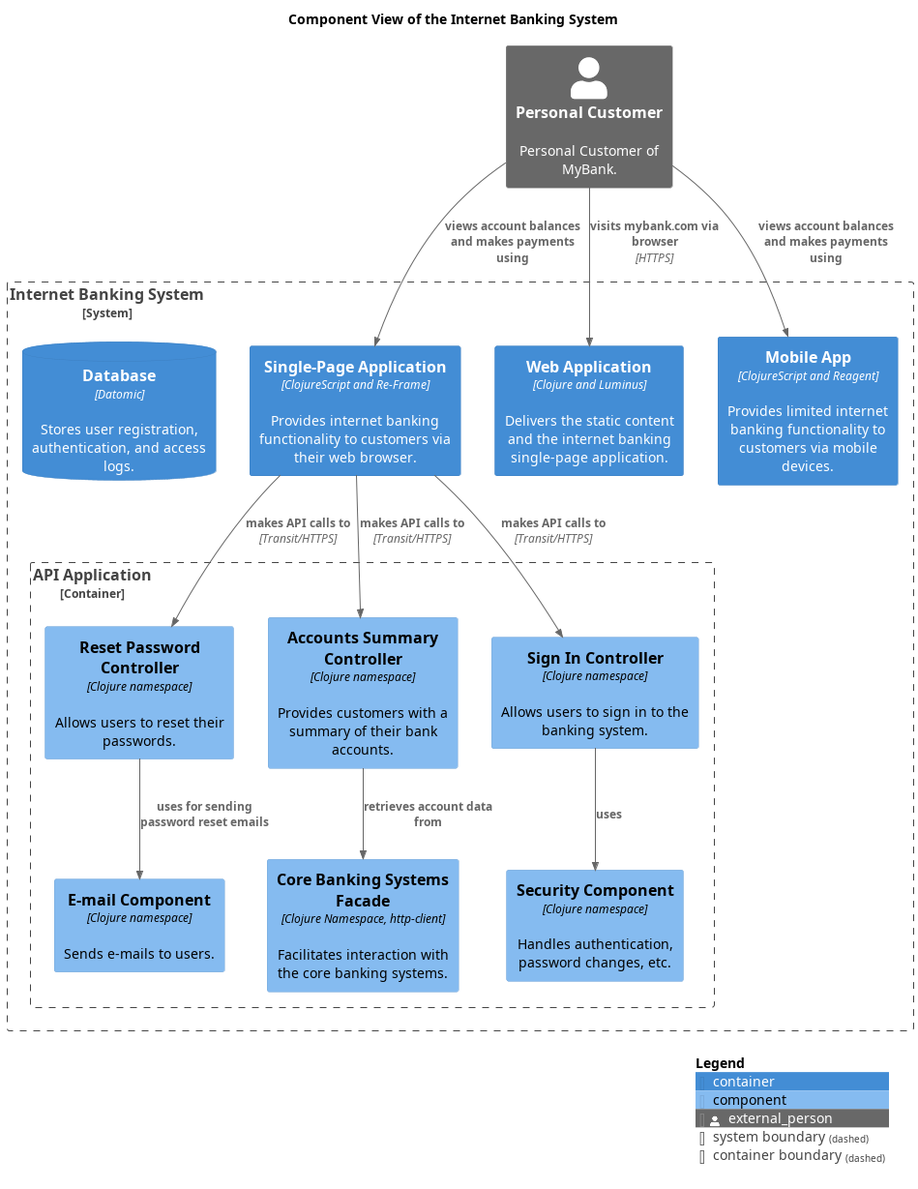
Before: docs/mybank/digital-banking/internet-banking-system/component-view.png, a diagram exported from PlantUML (soulspace-org/my-bank-model).
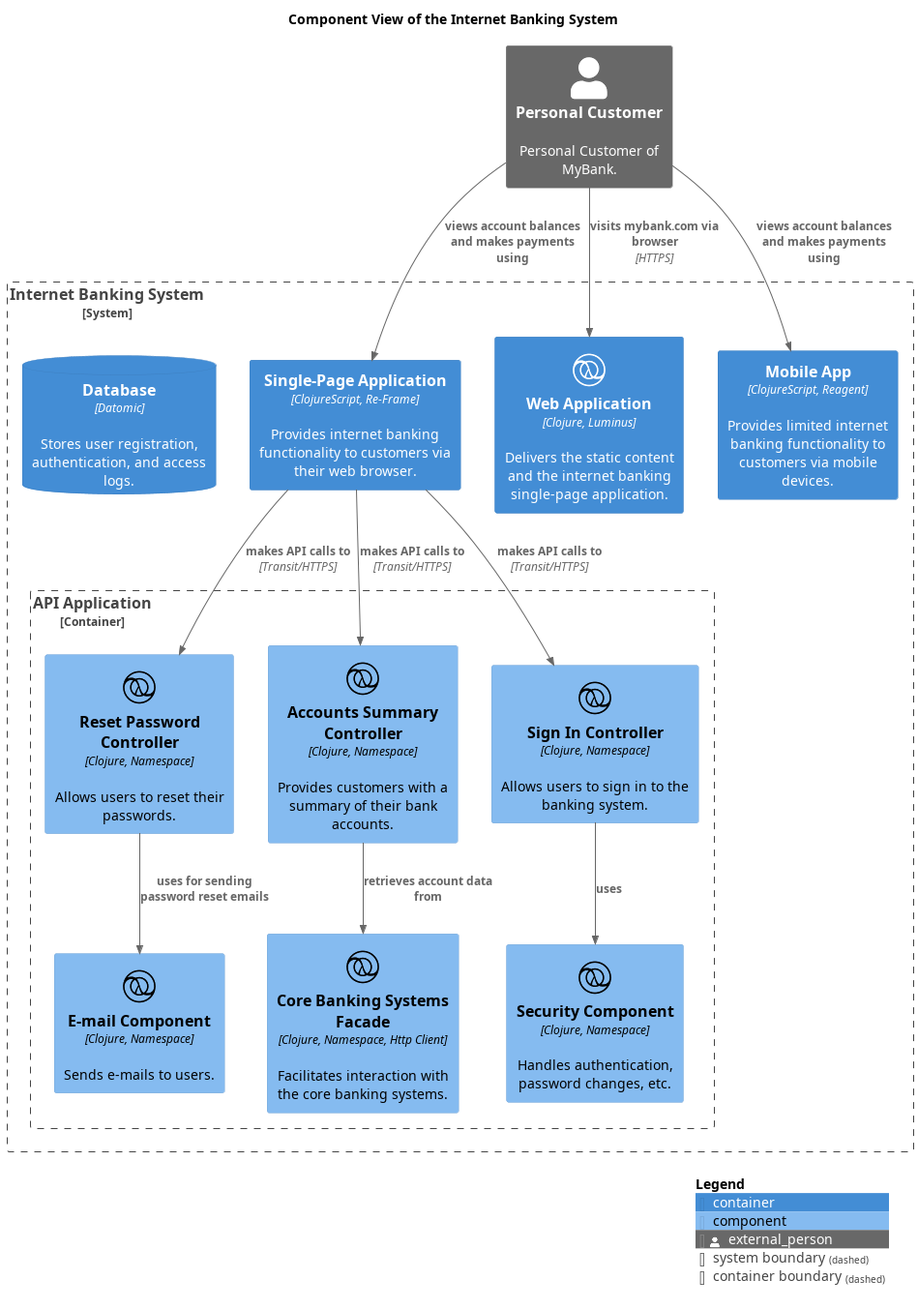
After the change.

Change to the diagram source:
```diff
@@ -5,6 +5,7 @@
 !include <azure/AzureCommon>
 !include <azure/AzureC4Integration>
 !include <tupadr3/common>
+!include <tupadr3/devicons/clojure>
 
 
 
@@ -15,16 +16,16 @@
 title Component View of the Internet Banking System
 System_Boundary(mybank_digitalBanking_internetBankingSystem_internetBankingSystem, "Internet Banking System") {
   Container_Boundary(mybank_digitalBanking_internetBankingSystem_apiApplication, "API Application") {
-    Component(mybank_digitalBanking_internetBankingSystem_securityComponent, "Security Component", $descr="Handles authentication, password changes, etc.", $techn="Clojure namespace")
-    Component(mybank_digitalBanking_internetBankingSystem_resetPasswordController, "Reset Password Controller", $descr="Allows users to reset their passwords.", $techn="Clojure namespace")
-    Component(mybank_digitalBanking_internetBankingSystem_emailComponent, "E-mail Component", $descr="Sends e-mails to users.", $techn="Clojure namespace")
-    Component(mybank_digitalBanking_internetBankingSystem_coreBankingSystemsFacade, "Core Banking Systems Facade", $descr="Facilitates interaction with the core banking systems.", $techn="Clojure Namespace, http-client")
-    Component(mybank_digitalBanking_internetBankingSystem_accountsSummaryController, "Accounts Summary Controller", $descr="Provides customers with a summary of their bank accounts.", $techn="Clojure namespace")
-    Component(mybank_digitalBanking_internetBankingSystem_signInController, "Sign In Controller", $descr="Allows users to sign in to the banking system.", $techn="Clojure namespace")
+    Component(mybank_digitalBanking_internetBankingSystem_securityComponent, "Security Component", $descr="Handles authentication, password changes, etc.", $techn="Clojure, Namespace", $sprite="clojure")
+    Component(mybank_digitalBanking_internetBankingSystem_resetPasswordController, "Reset Password Controller", $descr="Allows users to reset their passwords.", $techn="Clojure, Namespace", $sprite="clojure")
+    Component(mybank_digitalBanking_internetBankingSystem_emailComponent, "E-mail Component", $descr="Sends e-mails to users.", $techn="Clojure, Namespace", $sprite="clojure")
+    Component(mybank_digitalBanking_internetBankingSystem_coreBankingSystemsFacade, "Core Banking Systems Facade", $descr="Facilitates interaction with the core banking systems.", $techn="Clojure, Namespace, Http Client", $sprite="clojure")
+    Component(mybank_digitalBanking_internetBankingSystem_accountsSummaryController, "Accounts Summary Controller", $descr="Provides customers with a summary of their bank accounts.", $techn="Clojure, Namespace", $sprite="clojure")
+    Component(mybank_digitalBanking_internetBankingSystem_signInController, "Sign In Controller", $descr="Allows users to sign in to the banking system.", $techn="Clojure, Namespace", $sprite="clojure")
   }
-  Container(mybank_digitalBanking_internetBankingSystem_singlePageApp, "Single-Page Application", $descr="Provides internet banking functionality to customers via their web browser.", $techn="ClojureScript and Re-Frame")
-  Container(mybank_digitalBanking_internetBankingSystem_webApp, "Web Application", $descr="Delivers the static content and the internet banking single-page application.", $techn="Clojure and Luminus")
-  Container(mybank_digitalBanking_internetBankingSystem_mobileApp, "Mobile App", $descr="Provides limited internet banking functionality to customers via mobile devices.", $techn="ClojureScript and Reagent")
+  Container(mybank_digitalBanking_internetBankingSystem_singlePageApp, "Single-Page Application", $descr="Provides internet banking functionality to customers via their web browser.", $techn="ClojureScript, Re-Frame")
+  Container(mybank_digitalBanking_internetBankingSystem_webApp, "Web Application", $descr="Delivers the static content and the internet banking single-page application.", $techn="Clojure, Luminus", $sprite="clojure")
+  Container(mybank_digitalBanking_internetBankingSystem_mobileApp, "Mobile App", $descr="Provides limited internet banking functionality to customers via mobile devices.", $techn="ClojureScript, Reagent")
   ContainerDb(mybank_digitalBanking_internetBankingSystem_database, "Database", $descr="Stores user registration, authentication, and access logs.", $techn="Datomic")
 }
 Person_Ext(mybank_personalCustomer, "Personal Customer", $descr="Personal Customer of MyBank.")
```
